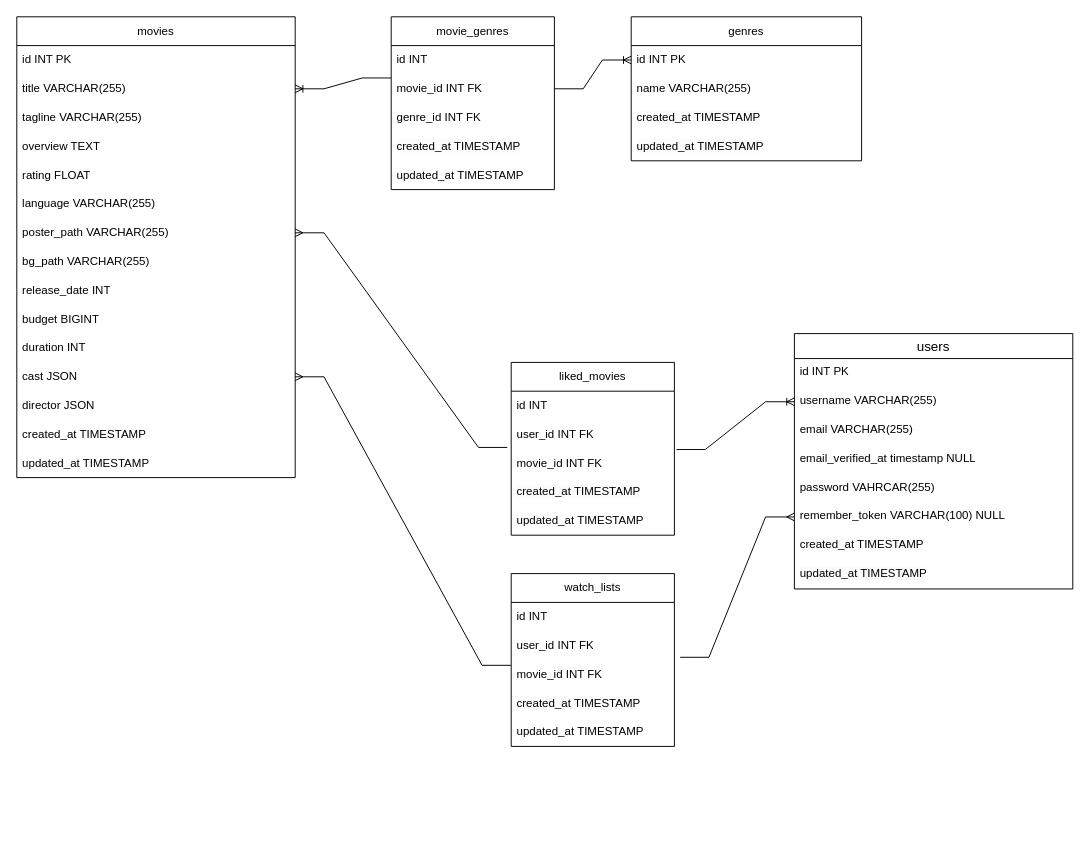
Before: docs/ERM.drawio in shadyjuggler/MovieStreamApp, a draw.io diagram. Source tidied: cells renumbered, new cells numbered last; positions are measured from the earlier drawing's top-left corner, leaving out a move shared by most shapes. Both pictures are drawn from the tidied source at 96%, with x=0, y=0 at pixel (16, 16).
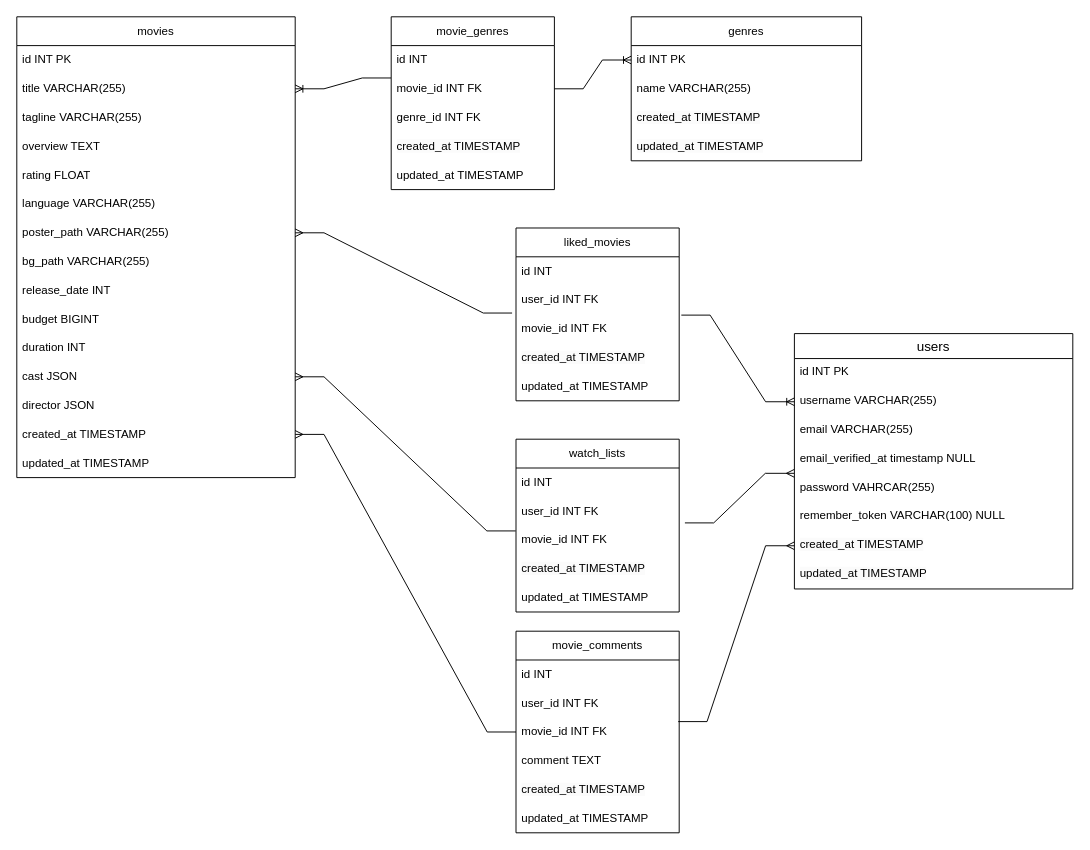
The same page after the edit.

The change refers to these unchanged cells:
```xml
<mxCell id="16" value="created_at TIMESTAMP" style="text;strokeColor=none;fillColor=none;align=left;verticalAlign=middle;spacingLeft=4;spacingRight=4;overflow=hidden;points=[[0,0.5],[1,0.5]];portConstraint=eastwest;whiteSpace=wrap;html=1;" parent="2" vertex="1">
  <mxGeometry y="420" width="290" height="30" as="geometry" />
</mxCell>
<mxCell id="36" value="password VAHRCAR(255)" style="text;strokeColor=none;fillColor=none;spacingLeft=4;spacingRight=4;overflow=hidden;points=[[0,0.5],[1,0.5]];portConstraint=eastwest;fontSize=12;whiteSpace=wrap;html=1;" parent="31" vertex="1">
  <mxGeometry y="146" width="290" height="30" as="geometry" />
</mxCell>
<mxCell id="37" value="remember_token VARCHAR(100) NULL" style="text;strokeColor=none;fillColor=none;spacingLeft=4;spacingRight=4;overflow=hidden;points=[[0,0.5],[1,0.5]];portConstraint=eastwest;fontSize=12;whiteSpace=wrap;html=1;" parent="31" vertex="1">
  <mxGeometry y="176" width="290" height="30" as="geometry" />
</mxCell>
<mxCell id="38" value="&lt;span style=&quot;color: rgb(0, 0, 0); font-family: Helvetica; font-size: 12px; font-style: normal; font-variant-ligatures: normal; font-variant-caps: normal; font-weight: 400; letter-spacing: normal; orphans: 2; text-align: left; text-indent: 0px; text-transform: none; widows: 2; word-spacing: 0px; -webkit-text-stroke-width: 0px; white-space: normal; background-color: rgb(251, 251, 251); text-decoration-thickness: initial; text-decoration-style: initial; text-decoration-color: initial; display: inline !important; float: none;&quot;&gt;created_at TIMESTAMP&lt;/span&gt;&lt;div&gt;&lt;br/&gt;&lt;/div&gt;" style="text;strokeColor=none;fillColor=none;spacingLeft=4;spacingRight=4;overflow=hidden;points=[[0,0.5],[1,0.5]];portConstraint=eastwest;fontSize=12;whiteSpace=wrap;html=1;" parent="31" vertex="1">
  <mxGeometry y="206" width="290" height="30" as="geometry" />
</mxCell>
<mxCell id="51" value="user_id INT FK" style="text;strokeColor=none;fillColor=none;align=left;verticalAlign=middle;spacingLeft=4;spacingRight=4;overflow=hidden;points=[[0,0.5],[1,0.5]];portConstraint=eastwest;whiteSpace=wrap;html=1;" parent="49" vertex="1">
  <mxGeometry y="60" width="170" height="30" as="geometry" />
</mxCell>
```

What changed in the source:
```diff
@@
     <mxCell id="40" value="liked_movies" style="swimlane;fontStyle=0;horizontal=1;startSize=30;whiteSpace=wrap;html=1;" parent="1" vertex="1">
-      <mxGeometry x="515" y="360" width="170" height="180" as="geometry" />
+      <mxGeometry x="520" y="220" width="170" height="180" as="geometry" />
     </mxCell>
@@
     <mxCell id="49" value="watch_lists" style="swimlane;fontStyle=0;horizontal=1;startSize=30;whiteSpace=wrap;html=1;" parent="1" vertex="1">
-      <mxGeometry x="515" y="580" width="170" height="180" as="geometry" />
+      <mxGeometry x="520" y="440" width="170" height="180" as="geometry" />
     </mxCell>
@@
-    <mxCell id="56" style="edgeStyle=entityRelationEdgeStyle;fontSize=12;html=1;endArrow=ERmany;rounded=0;entryX=0;entryY=0.5;entryDx=0;entryDy=0;exitX=1.035;exitY=0.906;exitDx=0;exitDy=0;exitPerimeter=0;" parent="1" edge="1" source="51" target="37">
+    <mxCell id="56" style="edgeStyle=entityRelationEdgeStyle;fontSize=12;html=1;endArrow=ERmany;rounded=0;entryX=-0.001;entryY=-0.015;entryDx=0;entryDy=0;exitX=1.035;exitY=0.906;exitDx=0;exitDy=0;exitPerimeter=0;entryPerimeter=0;" parent="1" edge="1" source="51" target="36">
       <mxGeometry relative="1" as="geometry" />
     </mxCell>
+    <mxCell id="57" value="movie_comments" style="swimlane;fontStyle=0;horizontal=1;startSize=30;whiteSpace=wrap;html=1;" parent="1" vertex="1">
+      <mxGeometry x="520" y="640" width="170" height="210" as="geometry" />
+    </mxCell>
+    <mxCell id="58" value="id INT&amp;nbsp;" style="text;strokeColor=none;fillColor=none;align=left;verticalAlign=middle;spacingLeft=4;spacingRight=4;overflow=hidden;whiteSpace=wrap;html=1;" parent="57" vertex="1">
+      <mxGeometry y="30" width="170" height="30" as="geometry" />
+    </mxCell>
+    <mxCell id="59" value="user_id INT FK" style="text;strokeColor=none;fillColor=none;align=left;verticalAlign=middle;spacingLeft=4;spacingRight=4;overflow=hidden;whiteSpace=wrap;html=1;" parent="57" vertex="1">
+      <mxGeometry y="60" width="170" height="30" as="geometry" />
+    </mxCell>
+    <mxCell id="60" value="movie_id INT FK" style="text;strokeColor=none;fillColor=none;align=left;verticalAlign=middle;spacingLeft=4;spacingRight=4;overflow=hidden;points=[[0,0.5],[1,0.5]];portConstraint=eastwest;whiteSpace=wrap;html=1;" parent="57" vertex="1">
+      <mxGeometry y="90" width="170" height="30" as="geometry" />
+    </mxCell>
+    <mxCell id="61" value="comment TEXT" style="text;strokeColor=none;fillColor=none;align=left;verticalAlign=middle;spacingLeft=4;spacingRight=4;overflow=hidden;whiteSpace=wrap;html=1;" parent="57" vertex="1">
+      <mxGeometry y="120" width="170" height="30" as="geometry" />
+    </mxCell>
+    <mxCell id="62" value="&lt;span style=&quot;float: none; display: inline !important; color: rgb(0, 0, 0); background-color: rgb(251, 251, 251);&quot;&gt;created_at TIMESTAMP&lt;/span&gt;" style="text;strokeColor=none;fillColor=none;align=left;verticalAlign=middle;spacingLeft=4;spacingRight=4;overflow=hidden;whiteSpace=wrap;html=1;" parent="57" vertex="1">
+      <mxGeometry y="150" width="170" height="30" as="geometry" />
+    </mxCell>
+    <mxCell id="63" value="&lt;div&gt;&lt;span style=&quot;background-color: transparent;&quot;&gt;updated_at TIMESTAMP&lt;/span&gt;&lt;/div&gt;" style="text;strokeColor=none;fillColor=none;align=left;verticalAlign=middle;spacingLeft=4;spacingRight=4;overflow=hidden;whiteSpace=wrap;html=1;" parent="57" vertex="1">
+      <mxGeometry y="180" width="170" height="30" as="geometry" />
+    </mxCell>
+    <mxCell id="64" style="edgeStyle=entityRelationEdgeStyle;fontSize=12;html=1;endArrow=ERmany;rounded=0;entryX=1;entryY=0.5;entryDx=0;entryDy=0;exitX=0;exitY=0.5;exitDx=0;exitDy=0;" parent="1" edge="1" source="60" target="16">
+      <mxGeometry relative="1" as="geometry" />
+    </mxCell>
+    <mxCell id="65" style="edgeStyle=entityRelationEdgeStyle;fontSize=12;html=1;endArrow=ERmany;rounded=0;entryX=0;entryY=0.5;entryDx=0;entryDy=0;exitX=0.994;exitY=0.139;exitDx=0;exitDy=0;exitPerimeter=0;" parent="1" edge="1" source="60" target="38">
+      <mxGeometry relative="1" as="geometry" />
+    </mxCell>
```
